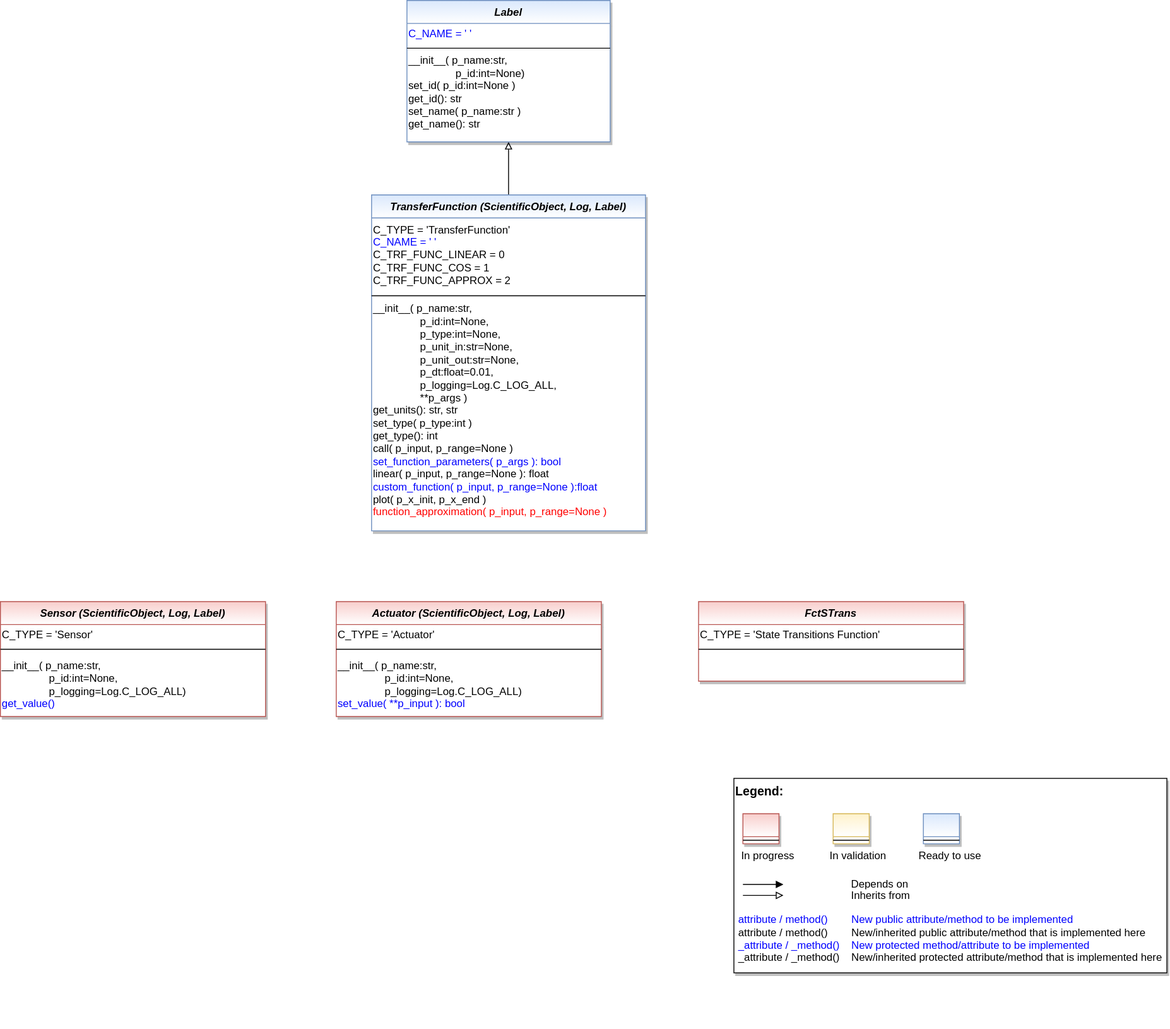
Above: doc/class_diagram/mlpro_at_basis_class_diagram.svg in fhswf/MLPro-MPPS (draw.io), before the change. Source tidied: cells renumbered, new cells last; positions are measured from the earlier drawing's top-left corner, leaving out a move shared by most shapes. Source of this version:
```xml
<mxGraphModel>
  <root>
    <mxCell id="0" />
    <mxCell id="1" parent="0" />
    <mxCell id="2" style="group;" parent="1" vertex="1">
      <mxGeometry x="830" y="880" width="490" height="220" as="geometry" />
    </mxCell>
    <mxCell id="3" value="&lt;font color=&quot;#000000&quot; size=&quot;1&quot;&gt;&lt;b style=&quot;font-size: 14px&quot;&gt;Legend:&lt;br&gt;&lt;/b&gt;&lt;/font&gt;&lt;br&gt;&lt;br&gt;&lt;br&gt;&lt;font color=&quot;#0000ff&quot; style=&quot;font-size: 6px&quot;&gt;&lt;br&gt;&lt;/font&gt;&lt;span style=&quot;color: rgb(0 , 0 , 0)&quot;&gt;&lt;font style=&quot;font-size: 4px&quot;&gt;&amp;nbsp; &amp;nbsp;&lt;/font&gt;&amp;nbsp;In progress&amp;nbsp; &amp;nbsp; &amp;nbsp; &amp;nbsp; &amp;nbsp; &amp;nbsp; In validation&amp;nbsp; &amp;nbsp; &amp;nbsp; &amp;nbsp; &amp;nbsp; &amp;nbsp;Ready to use&lt;/span&gt;&lt;font color=&quot;#000000&quot;&gt;&amp;nbsp;&lt;br&gt;&lt;/font&gt;&lt;font color=&quot;#0000ff&quot;&gt;&lt;br&gt;&lt;br&gt;&lt;br&gt;&lt;br&gt;&amp;nbsp;attribute / method()&amp;nbsp; &amp;nbsp; &amp;nbsp; &amp;nbsp; New public attribute/method to be implemented&lt;/font&gt;&lt;br&gt;&lt;font color=&quot;#000000&quot;&gt;&amp;nbsp;&lt;/font&gt;&lt;font color=&quot;#000000&quot;&gt;attribute / method()&lt;span&gt;&#9;&lt;/span&gt;&amp;nbsp; &amp;nbsp; &amp;nbsp; &amp;nbsp;New/inherited public attribute/method that is implemented here&lt;br&gt;&lt;/font&gt;&lt;font color=&quot;#0000ff&quot;&gt;&amp;nbsp;_attribute /&amp;nbsp;&lt;/font&gt;&lt;font color=&quot;#0000ff&quot;&gt;_method()&amp;nbsp; &amp;nbsp; New protected method/attribute to be implemented&lt;/font&gt;&lt;br&gt;&lt;font color=&quot;#000000&quot;&gt;&amp;nbsp;_attribute / _method()&amp;nbsp; &amp;nbsp; New/inherited protected attribute/method that is implemented here&lt;br&gt;&lt;/font&gt;&lt;font color=&quot;#000000&quot;&gt;&lt;br&gt;&lt;br&gt;&lt;br&gt;&lt;br&gt;&lt;br&gt;&lt;/font&gt;" style="text;html=1;align=left;verticalAlign=top;whiteSpace=wrap;rounded=0;fontColor=#006600;strokeColor=#000000;shadow=1;fillColor=#ffffff;" parent="2" vertex="1">
      <mxGeometry width="490" height="220" as="geometry" />
    </mxCell>
    <mxCell id="4" value="Depends on" style="endArrow=block;html=1;labelPosition=right;verticalLabelPosition=middle;align=left;verticalAlign=middle;endFill=1;fontSize=12;" parent="2" edge="1">
      <mxGeometry x="-1623.1" y="-2180" as="geometry">
        <mxPoint x="10.2" y="120" as="sourcePoint" />
        <mxPoint x="56" y="120" as="targetPoint" />
        <Array as="points">
          <mxPoint x="30.6" y="120" />
        </Array>
        <mxPoint x="98" as="offset" />
      </mxGeometry>
    </mxCell>
    <mxCell id="5" value="Inherits from" style="endArrow=block;html=1;labelPosition=right;verticalLabelPosition=middle;align=left;verticalAlign=middle;endFill=0;fontSize=12;" parent="2" edge="1">
      <mxGeometry x="-1623.1" y="-2180" as="geometry">
        <mxPoint x="10.2" y="132.4" as="sourcePoint" />
        <mxPoint x="56" y="132.4" as="targetPoint" />
        <mxPoint x="98" y="1" as="offset" />
      </mxGeometry>
    </mxCell>
    <mxCell id="6" style="swimlane;fontStyle=3;align=center;verticalAlign=top;horizontal=1;startSize=26;rounded=0;shadow=1;strokeWidth=1;fillColor=#f8cecc;strokeColor=#b85450;gradientColor=#ffffff;swimlaneFillColor=#ffffff;" parent="2" vertex="1">
      <mxGeometry x="10.2" y="40" width="40.8" height="34" as="geometry" />
    </mxCell>
    <mxCell id="7" style="line;html=1;strokeWidth=1;align=left;verticalAlign=middle;spacingTop=-1;spacingLeft=3;spacingRight=3;labelPosition=right;" parent="6" vertex="1">
      <mxGeometry y="26" width="40.8" height="8" as="geometry" />
    </mxCell>
    <mxCell id="8" style="swimlane;fontStyle=3;align=center;verticalAlign=top;horizontal=1;startSize=26;rounded=0;shadow=1;strokeWidth=1;fillColor=#fff2cc;strokeColor=#d6b656;gradientColor=#ffffff;swimlaneFillColor=#ffffff;" parent="2" vertex="1">
      <mxGeometry x="112.3" y="40" width="40.8" height="34" as="geometry" />
    </mxCell>
    <mxCell id="9" style="line;html=1;strokeWidth=1;align=left;verticalAlign=middle;spacingTop=-1;spacingLeft=3;spacingRight=3;labelPosition=right;" parent="8" vertex="1">
      <mxGeometry y="26" width="40.8" height="8" as="geometry" />
    </mxCell>
    <mxCell id="10" style="swimlane;fontStyle=3;align=center;verticalAlign=top;horizontal=1;startSize=26;rounded=0;shadow=1;strokeWidth=1;fillColor=#dae8fc;strokeColor=#6c8ebf;gradientColor=#ffffff;swimlaneFillColor=#ffffff;" parent="2" vertex="1">
      <mxGeometry x="214.4" y="40" width="40.8" height="34" as="geometry" />
    </mxCell>
    <mxCell id="11" style="line;html=1;strokeWidth=1;align=left;verticalAlign=middle;spacingTop=-1;spacingLeft=3;spacingRight=3;labelPosition=right;" parent="10" vertex="1">
      <mxGeometry y="26" width="40.8" height="8" as="geometry" />
    </mxCell>
    <mxCell id="12" style="edgeStyle=orthogonalEdgeStyle;rounded=0;jettySize=auto;html=1;exitX=0.5;exitY=0;exitDx=0;exitDy=0;entryX=0.5;entryY=1;entryDx=0;entryDy=0;startArrow=none;startFill=0;endArrow=block;endFill=0;" parent="1" edge="1" source="13" target="17">
      <mxGeometry relative="1" as="geometry" />
    </mxCell>
    <mxCell id="13" value="TransferFunction (ScientificObject, Log, Label)" style="swimlane;fontStyle=3;align=center;verticalAlign=top;horizontal=1;startSize=26;rounded=0;shadow=1;strokeWidth=1;fillColor=#dae8fc;strokeColor=#6c8ebf;swimlaneFillColor=#ffffff;gradientColor=#FFFFFF;" parent="1" vertex="1">
      <mxGeometry x="420" y="220" width="310" height="380" as="geometry" />
    </mxCell>
    <mxCell id="14" value="&lt;span style=&quot;&quot;&gt;C_TYPE = 'TransferFunction'&lt;br&gt;&lt;font color=&quot;#0000ff&quot;&gt;C_NAME = ' '&lt;br&gt;&lt;/font&gt;&lt;/span&gt;&lt;span style=&quot;&quot;&gt;C_TRF_FUNC_LINEAR = 0&lt;/span&gt;&lt;font color=&quot;#0000ff&quot;&gt;&lt;br&gt;&lt;/font&gt;C_TRF_FUNC_COS = 1&lt;font color=&quot;#0000ff&quot;&gt;&lt;br&gt;&lt;/font&gt;C_TRF_FUNC_APPROX = 2&lt;span style=&quot;&quot;&gt;&lt;br&gt;&lt;/span&gt;" style="text;html=1;strokeColor=none;fillColor=none;align=left;verticalAlign=middle;whiteSpace=wrap;rounded=0;" parent="13" vertex="1">
      <mxGeometry y="26" width="310" height="84" as="geometry" />
    </mxCell>
    <mxCell id="15" style="line;html=1;strokeWidth=1;align=left;verticalAlign=middle;spacingTop=-1;spacingLeft=3;spacingRight=3;labelPosition=right;fillColor=#f8cecc;strokeColor=#000000;" parent="13" vertex="1">
      <mxGeometry y="110" width="310" height="8" as="geometry" />
    </mxCell>
    <mxCell id="16" value="__init__( p_name:str,&lt;br&gt;&lt;span style=&quot;&quot;&gt;&#9;&lt;/span&gt;&lt;span style=&quot;&quot;&gt;&#9;&lt;/span&gt;&lt;span style=&quot;white-space: pre;&quot;&gt;&lt;span style=&quot;white-space: pre;&quot;&gt;&#9;&lt;/span&gt;&#9;&lt;/span&gt;p_id:int=None,&lt;br&gt;&lt;span style=&quot;&quot;&gt;&#9;&lt;/span&gt;&lt;span style=&quot;&quot;&gt;&#9;&lt;/span&gt;&lt;span style=&quot;white-space: pre;&quot;&gt;&#9;&lt;/span&gt;&lt;span style=&quot;white-space: pre;&quot;&gt;&#9;&lt;/span&gt;p_type:int=None,&lt;br&gt;&lt;span style=&quot;white-space: pre;&quot;&gt;&#9;&lt;/span&gt;&lt;span style=&quot;white-space: pre;&quot;&gt;&#9;&lt;/span&gt;p_unit_in:str=None,&lt;br&gt;&lt;span style=&quot;white-space: pre;&quot;&gt;&#9;&lt;/span&gt;&lt;span style=&quot;white-space: pre;&quot;&gt;&#9;&lt;/span&gt;p_unit_out:str=None,&lt;br&gt;&lt;span style=&quot;&quot;&gt;&#9;&lt;/span&gt;&lt;span style=&quot;&quot;&gt;&#9;&lt;/span&gt;&lt;span style=&quot;white-space: pre;&quot;&gt;&#9;&lt;/span&gt;&lt;span style=&quot;white-space: pre;&quot;&gt;&#9;&lt;/span&gt;p_dt:float=0.01,&lt;br&gt;&lt;span style=&quot;white-space: pre;&quot;&gt;&#9;&lt;/span&gt;&lt;span style=&quot;white-space: pre;&quot;&gt;&#9;&lt;/span&gt;p_logging=Log.C_LOG_ALL,&lt;br&gt;&lt;span style=&quot;&quot;&gt;&#9;&lt;/span&gt;&lt;span style=&quot;&quot;&gt;&#9;&lt;/span&gt;&lt;span style=&quot;white-space: pre;&quot;&gt;&#9;&lt;/span&gt;&lt;span style=&quot;white-space: pre;&quot;&gt;&#9;&lt;/span&gt;**p_args&amp;nbsp;)&lt;br&gt;get_units(): str, str&lt;br&gt;set_type( p_type:int )&lt;br&gt;get_type(): int&lt;br&gt;call( p_input, p_range=None )&lt;br&gt;&lt;font color=&quot;#0000ff&quot;&gt;set_function_parameters( p_args ): bool&lt;/font&gt;&lt;br&gt;linear( p_input, p_range=None&amp;nbsp;): float&lt;br&gt;&lt;font color=&quot;#0000ff&quot;&gt;custom_function( p_input, p_range=None ):float&lt;/font&gt;&lt;br&gt;plot( p_x_init, p_x_end )&lt;br&gt;&lt;font color=&quot;#ff0000&quot;&gt;function_approximation( p_input, p_range=None )&lt;/font&gt;" style="text;html=1;strokeColor=none;fillColor=none;align=left;verticalAlign=middle;whiteSpace=wrap;rounded=0;" parent="13" vertex="1">
      <mxGeometry y="118" width="310" height="252" as="geometry" />
    </mxCell>
    <mxCell id="17" value="Label" style="swimlane;fontStyle=3;align=center;verticalAlign=top;horizontal=1;startSize=26;rounded=0;shadow=1;strokeWidth=1;fillColor=#dae8fc;strokeColor=#6c8ebf;swimlaneFillColor=#ffffff;gradientColor=#FFFFFF;" parent="1" vertex="1">
      <mxGeometry x="460" width="230" height="160" as="geometry" />
    </mxCell>
    <mxCell id="18" value="&lt;span style=&quot;&quot;&gt;&lt;font color=&quot;#0000ff&quot;&gt;C_NAME = ' '&lt;/font&gt;&lt;/span&gt;&lt;span style=&quot;&quot;&gt;&lt;br&gt;&lt;/span&gt;" style="text;html=1;strokeColor=none;fillColor=none;align=left;verticalAlign=middle;whiteSpace=wrap;rounded=0;" parent="17" vertex="1">
      <mxGeometry y="26" width="230" height="24" as="geometry" />
    </mxCell>
    <mxCell id="19" style="line;html=1;strokeWidth=1;align=left;verticalAlign=middle;spacingTop=-1;spacingLeft=3;spacingRight=3;labelPosition=right;fillColor=#f8cecc;strokeColor=#000000;" parent="17" vertex="1">
      <mxGeometry y="50" width="230" height="8" as="geometry" />
    </mxCell>
    <mxCell id="20" value="__init__( p_name:str,&lt;br&gt;&lt;span style=&quot;&quot;&gt;&#9;&lt;/span&gt;&lt;span style=&quot;&quot;&gt;&#9;&lt;/span&gt;&lt;span style=&quot;white-space: pre;&quot;&gt;&lt;span style=&quot;white-space: pre;&quot;&gt;&#9;&lt;/span&gt;&#9;&lt;/span&gt;p_id:int=None)&lt;br&gt;set_id( p_id:int=None )&lt;br&gt;get_id(): str&lt;br&gt;set_name( p_name:str )&lt;br&gt;get_name(): str" style="text;html=1;strokeColor=none;fillColor=none;align=left;verticalAlign=middle;whiteSpace=wrap;rounded=0;" parent="17" vertex="1">
      <mxGeometry y="58" width="230" height="92" as="geometry" />
    </mxCell>
    <mxCell id="21" value="Sensor (ScientificObject, Log, Label)" style="swimlane;fontStyle=3;align=center;verticalAlign=top;horizontal=1;startSize=26;rounded=0;shadow=1;strokeWidth=1;fillColor=#f8cecc;strokeColor=#b85450;swimlaneFillColor=#ffffff;gradientColor=#FFFFFF;" parent="1" vertex="1">
      <mxGeometry y="680" width="300" height="130" as="geometry" />
    </mxCell>
    <mxCell id="22" value="&lt;span style=&quot;&quot;&gt;C_TYPE = 'Sensor'&lt;/span&gt;&lt;span style=&quot;&quot;&gt;&lt;br&gt;&lt;/span&gt;" style="text;html=1;strokeColor=none;fillColor=none;align=left;verticalAlign=middle;whiteSpace=wrap;rounded=0;" parent="21" vertex="1">
      <mxGeometry y="26" width="300" height="24" as="geometry" />
    </mxCell>
    <mxCell id="23" style="line;html=1;strokeWidth=1;align=left;verticalAlign=middle;spacingTop=-1;spacingLeft=3;spacingRight=3;labelPosition=right;fillColor=#f8cecc;strokeColor=#000000;" parent="21" vertex="1">
      <mxGeometry y="50" width="300" height="8" as="geometry" />
    </mxCell>
    <mxCell id="24" value="__init__( p_name:str,&lt;br&gt;&lt;span style=&quot;&quot;&gt;&#9;&lt;/span&gt;&lt;span style=&quot;&quot;&gt;&#9;&lt;/span&gt;&lt;span style=&quot;white-space: pre;&quot;&gt;&lt;span style=&quot;white-space: pre;&quot;&gt;&#9;&lt;/span&gt;&#9;&lt;/span&gt;p_id:int=None,&lt;br&gt;&lt;span style=&quot;white-space: pre;&quot;&gt;&#9;&lt;/span&gt;&lt;span style=&quot;white-space: pre;&quot;&gt;&#9;&lt;/span&gt;p_logging=Log.C_LOG_ALL)&lt;br&gt;&lt;font color=&quot;#0000ff&quot;&gt;get_value()&lt;/font&gt;" style="text;html=1;strokeColor=none;fillColor=none;align=left;verticalAlign=middle;whiteSpace=wrap;rounded=0;" parent="21" vertex="1">
      <mxGeometry y="58" width="300" height="72" as="geometry" />
    </mxCell>
    <mxCell id="25" value="Actuator (ScientificObject, Log, Label)" style="swimlane;fontStyle=3;align=center;verticalAlign=top;horizontal=1;startSize=26;rounded=0;shadow=1;strokeWidth=1;fillColor=#f8cecc;strokeColor=#b85450;swimlaneFillColor=#ffffff;gradientColor=#FFFFFF;" parent="1" vertex="1">
      <mxGeometry x="380" y="680" width="300" height="130" as="geometry" />
    </mxCell>
    <mxCell id="26" value="&lt;span style=&quot;&quot;&gt;C_TYPE = 'Actuator'&lt;/span&gt;&lt;span style=&quot;&quot;&gt;&lt;br&gt;&lt;/span&gt;" style="text;html=1;strokeColor=none;fillColor=none;align=left;verticalAlign=middle;whiteSpace=wrap;rounded=0;" parent="25" vertex="1">
      <mxGeometry y="26" width="300" height="24" as="geometry" />
    </mxCell>
    <mxCell id="27" style="line;html=1;strokeWidth=1;align=left;verticalAlign=middle;spacingTop=-1;spacingLeft=3;spacingRight=3;labelPosition=right;fillColor=#f8cecc;strokeColor=#000000;" parent="25" vertex="1">
      <mxGeometry y="50" width="300" height="8" as="geometry" />
    </mxCell>
    <mxCell id="28" value="__init__( p_name:str,&lt;br&gt;&lt;span style=&quot;&quot;&gt;&#9;&lt;/span&gt;&lt;span style=&quot;&quot;&gt;&#9;&lt;/span&gt;&lt;span style=&quot;white-space: pre;&quot;&gt;&lt;span style=&quot;white-space: pre;&quot;&gt;&#9;&lt;/span&gt;&#9;&lt;/span&gt;p_id:int=None,&lt;br&gt;&lt;span style=&quot;white-space: pre;&quot;&gt;&#9;&lt;/span&gt;&lt;span style=&quot;white-space: pre;&quot;&gt;&#9;&lt;/span&gt;p_logging=Log.C_LOG_ALL)&lt;br&gt;&lt;font color=&quot;#0000ff&quot;&gt;set_value( **p_input ): bool&lt;/font&gt;" style="text;html=1;strokeColor=none;fillColor=none;align=left;verticalAlign=middle;whiteSpace=wrap;rounded=0;" parent="25" vertex="1">
      <mxGeometry y="58" width="300" height="72" as="geometry" />
    </mxCell>
    <mxCell id="29" value="FctSTrans" style="swimlane;fontStyle=3;align=center;verticalAlign=top;horizontal=1;startSize=26;rounded=0;shadow=1;strokeWidth=1;fillColor=#f8cecc;strokeColor=#b85450;swimlaneFillColor=#ffffff;gradientColor=#FFFFFF;" parent="1" vertex="1">
      <mxGeometry x="790" y="680" width="300" height="90" as="geometry" />
    </mxCell>
    <mxCell id="30" value="&lt;span style=&quot;&quot;&gt;C_TYPE = 'State Transitions Function'&lt;/span&gt;&lt;span style=&quot;&quot;&gt;&lt;br&gt;&lt;/span&gt;" style="text;html=1;strokeColor=none;fillColor=none;align=left;verticalAlign=middle;whiteSpace=wrap;rounded=0;" parent="29" vertex="1">
      <mxGeometry y="26" width="300" height="24" as="geometry" />
    </mxCell>
    <mxCell id="31" style="line;html=1;strokeWidth=1;align=left;verticalAlign=middle;spacingTop=-1;spacingLeft=3;spacingRight=3;labelPosition=right;fillColor=#f8cecc;strokeColor=#000000;" parent="29" vertex="1">
      <mxGeometry y="50" width="300" height="8" as="geometry" />
    </mxCell>
  </root>
</mxGraphModel>
```
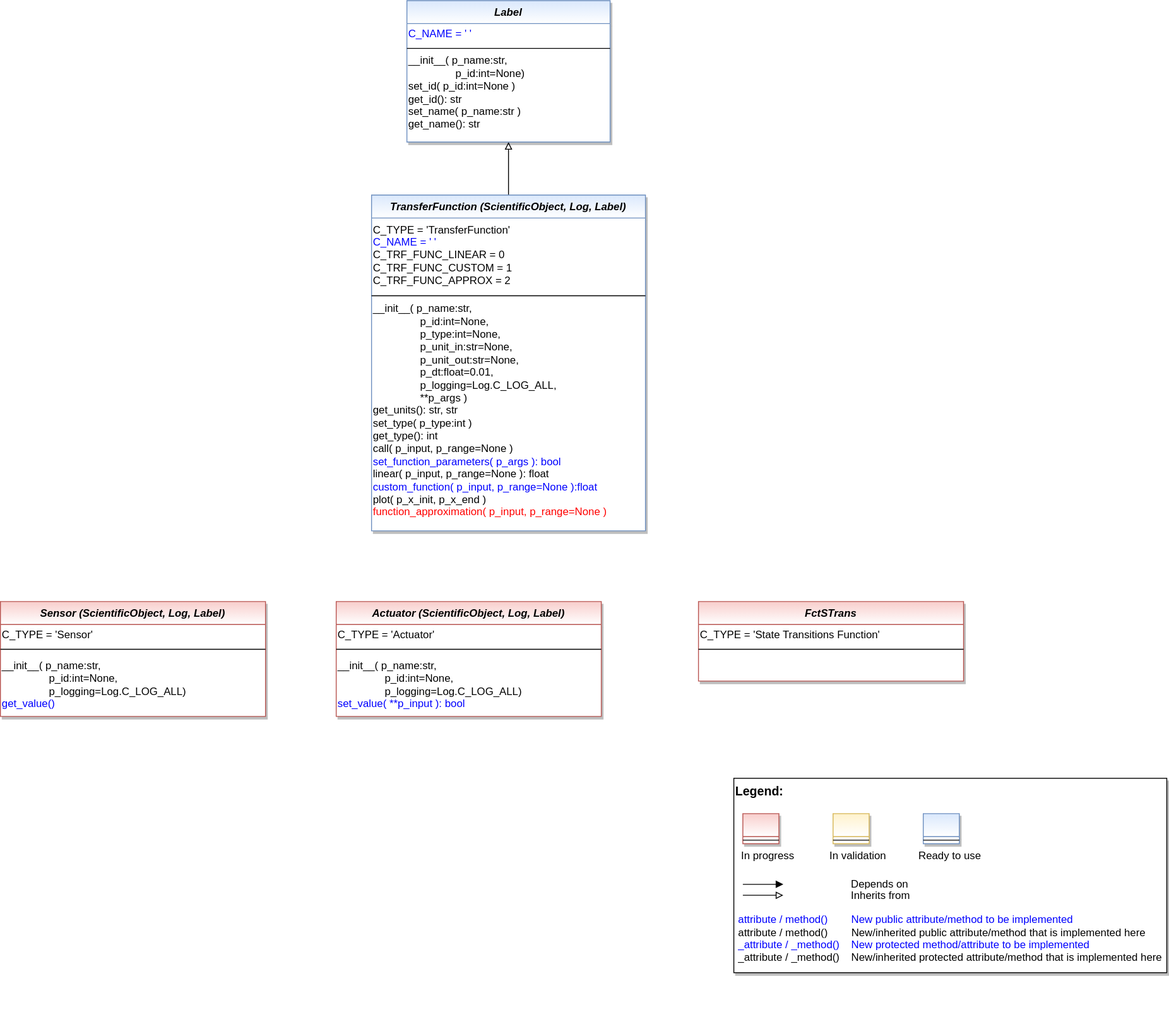
The same diagram one commit later.

Commit message:
updating class diagram of mlpro at basis

What changed in the source:
```diff
@@ -49,7 +49,7 @@
     <mxCell id="13" value="TransferFunction (ScientificObject, Log, Label)" style="swimlane;fontStyle=3;align=center;verticalAlign=top;horizontal=1;startSize=26;rounded=0;shadow=1;strokeWidth=1;fillColor=#dae8fc;strokeColor=#6c8ebf;swimlaneFillColor=#ffffff;gradientColor=#FFFFFF;" parent="1" vertex="1">
       <mxGeometry x="420" y="220" width="310" height="380" as="geometry" />
     </mxCell>
-    <mxCell id="14" value="&lt;span style=&quot;&quot;&gt;C_TYPE = 'TransferFunction'&lt;br&gt;&lt;font color=&quot;#0000ff&quot;&gt;C_NAME = ' '&lt;br&gt;&lt;/font&gt;&lt;/span&gt;&lt;span style=&quot;&quot;&gt;C_TRF_FUNC_LINEAR = 0&lt;/span&gt;&lt;font color=&quot;#0000ff&quot;&gt;&lt;br&gt;&lt;/font&gt;C_TRF_FUNC_COS = 1&lt;font color=&quot;#0000ff&quot;&gt;&lt;br&gt;&lt;/font&gt;C_TRF_FUNC_APPROX = 2&lt;span style=&quot;&quot;&gt;&lt;br&gt;&lt;/span&gt;" style="text;html=1;strokeColor=none;fillColor=none;align=left;verticalAlign=middle;whiteSpace=wrap;rounded=0;" parent="13" vertex="1">
+    <mxCell id="14" value="&lt;span style=&quot;&quot;&gt;C_TYPE = 'TransferFunction'&lt;br&gt;&lt;font color=&quot;#0000ff&quot;&gt;C_NAME = ' '&lt;br&gt;&lt;/font&gt;&lt;/span&gt;&lt;span style=&quot;&quot;&gt;C_TRF_FUNC_LINEAR = 0&lt;/span&gt;&lt;font color=&quot;#0000ff&quot;&gt;&lt;br&gt;&lt;/font&gt;C_TRF_FUNC_CUSTOM = 1&lt;font color=&quot;#0000ff&quot;&gt;&lt;br&gt;&lt;/font&gt;C_TRF_FUNC_APPROX = 2&lt;span style=&quot;&quot;&gt;&lt;br&gt;&lt;/span&gt;" style="text;html=1;strokeColor=none;fillColor=none;align=left;verticalAlign=middle;whiteSpace=wrap;rounded=0;" parent="13" vertex="1">
       <mxGeometry y="26" width="310" height="84" as="geometry" />
     </mxCell>
     <mxCell id="15" style="line;html=1;strokeWidth=1;align=left;verticalAlign=middle;spacingTop=-1;spacingLeft=3;spacingRight=3;labelPosition=right;fillColor=#f8cecc;strokeColor=#000000;" parent="13" vertex="1">
```
